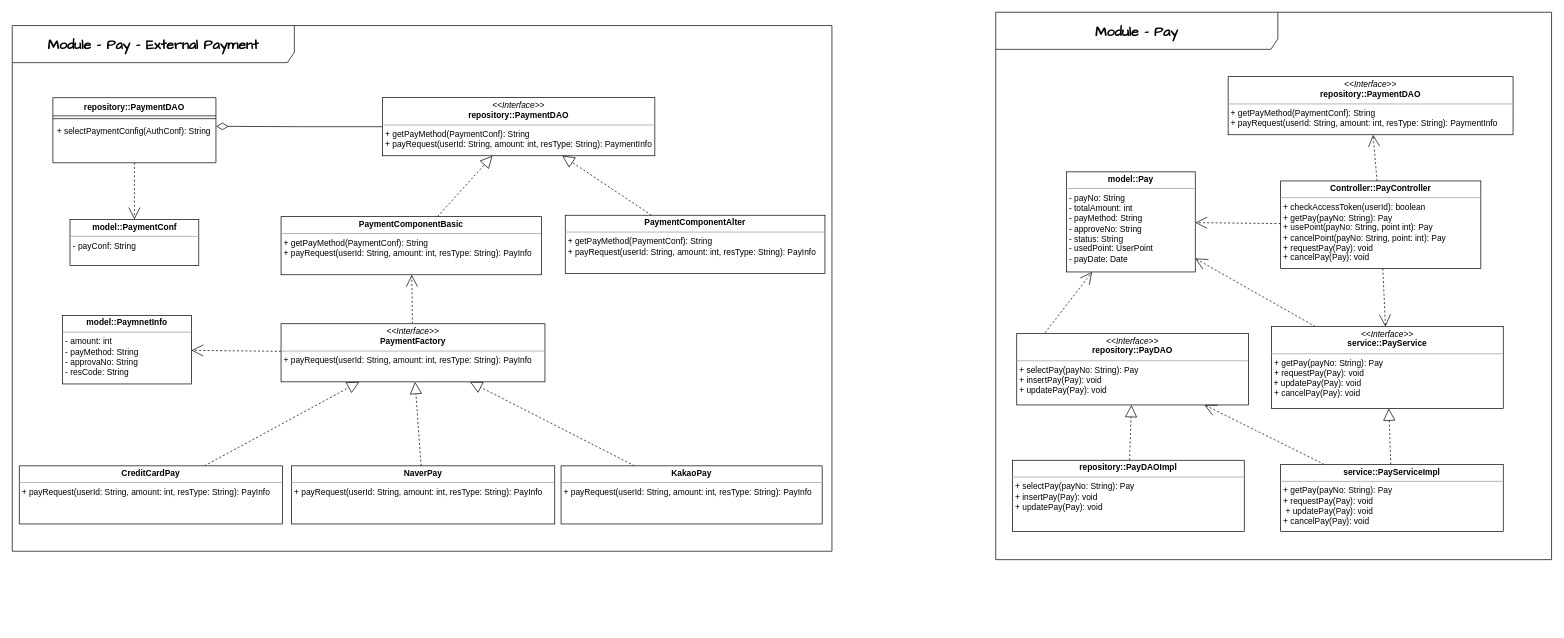
Before: Module/Pay.drawio in coldmu/aa_exam, a draw.io diagram. Source tidied: cells renumbered, new cells numbered last; positions are measured from the earlier drawing's top-left corner, leaving out a move shared by most shapes. Both pictures are drawn from the tidied source at 70%, with x=0, y=0 at pixel (12, 12).
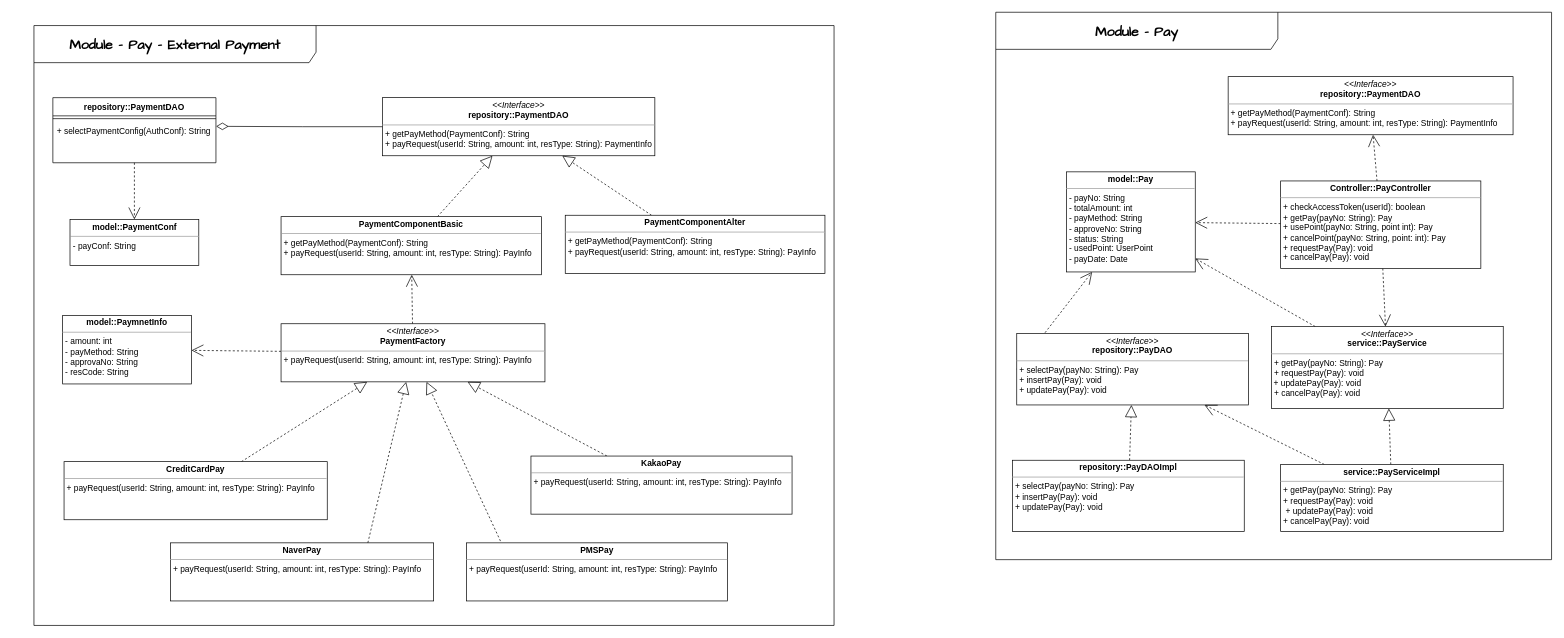
Above is the later version.

Unchanged cells that the change refers to:
```xml
<mxCell id="16" value="&lt;p style=&quot;margin:0px;margin-top:4px;text-align:center;&quot;&gt;&lt;i&gt;&amp;lt;&amp;lt;Interface&amp;gt;&amp;gt;&lt;/i&gt;&lt;br&gt;&lt;b style=&quot;background-color: initial;&quot;&gt;PaymentFactory&lt;/b&gt;&lt;/p&gt;&lt;p style=&quot;margin:0px;margin-top:4px;text-align:center;&quot;&gt;&lt;/p&gt;&lt;hr size=&quot;1&quot;&gt;&lt;p style=&quot;margin:0px;margin-left:4px;&quot;&gt;+ payRequest(userId: String, amount: int, resType: String): PayInfo&lt;br&gt;&lt;/p&gt;" style="verticalAlign=top;align=left;overflow=fill;fontSize=12;fontFamily=Helvetica;html=1;whiteSpace=wrap;" parent="1" vertex="1">
  <mxGeometry x="384" y="445" width="377" height="83" as="geometry" />
</mxCell>
```

Change to the diagram source:
```diff
@@
     <mxCell id="6" value="&lt;b&gt;Module - Pay - External Payment&lt;/b&gt;" style="shape=umlFrame;whiteSpace=wrap;html=1;hachureGap=4;fontFamily=Architects Daughter;fontSize=20;width=403;height=53;labelBackgroundColor=none;rounded=0;" parent="1" vertex="1">
-      <mxGeometry y="19" width="1171" height="751" as="geometry" />
+      <mxGeometry x="31" y="19" width="1143" height="857" as="geometry" />
     </mxCell>
@@
-    <mxCell id="18" style="edgeStyle=none;shape=connector;rounded=0;hachureGap=4;jettySize=auto;html=1;dashed=1;labelBackgroundColor=none;strokeColor=default;fontFamily=Architects Daughter;fontSize=16;fontColor=default;endArrow=block;endFill=0;endSize=15;" parent="1" edge="1" source="19" target="16">
+    <mxCell id="18" style="edgeStyle=none;shape=connector;rounded=0;hachureGap=4;jettySize=auto;html=1;dashed=1;labelBackgroundColor=none;strokeColor=default;fontFamily=Architects Daughter;fontSize=16;fontColor=default;endArrow=block;endFill=0;endSize=15;exitX=0.75;exitY=0;exitDx=0;exitDy=0;" parent="1" edge="1" source="19" target="16">
       <mxGeometry relative="1" as="geometry" />
     </mxCell>
     <mxCell id="19" value="&lt;p style=&quot;margin:0px;margin-top:4px;text-align:center;&quot;&gt;&lt;b style=&quot;background-color: initial;&quot;&gt;NaverPay&lt;/b&gt;&lt;/p&gt;&lt;p style=&quot;margin:0px;margin-top:4px;text-align:center;&quot;&gt;&lt;/p&gt;&lt;hr size=&quot;1&quot;&gt;&lt;p style=&quot;margin:0px;margin-left:4px;&quot;&gt;+ payRequest(userId: String, amount: int, resType: String): PayInfo&lt;br&gt;&lt;/p&gt;" style="verticalAlign=top;align=left;overflow=fill;fontSize=12;fontFamily=Helvetica;html=1;whiteSpace=wrap;" parent="1" vertex="1">
-      <mxGeometry x="399" y="648" width="376" height="83" as="geometry" />
+      <mxGeometry x="226" y="758" width="376" height="83" as="geometry" />
     </mxCell>
@@
     <mxCell id="21" value="&lt;p style=&quot;margin:0px;margin-top:4px;text-align:center;&quot;&gt;&lt;b style=&quot;background-color: initial;&quot;&gt;KakaoPay&lt;/b&gt;&lt;/p&gt;&lt;p style=&quot;margin:0px;margin-top:4px;text-align:center;&quot;&gt;&lt;/p&gt;&lt;hr size=&quot;1&quot;&gt;&lt;p style=&quot;margin:0px;margin-left:4px;&quot;&gt;+ payRequest(userId: String, amount: int, resType: String): PayInfo&lt;br&gt;&lt;/p&gt;" style="verticalAlign=top;align=left;overflow=fill;fontSize=12;fontFamily=Helvetica;html=1;whiteSpace=wrap;" parent="1" vertex="1">
-      <mxGeometry x="784" y="648" width="373" height="83" as="geometry" />
+      <mxGeometry x="741" y="634" width="373" height="83" as="geometry" />
     </mxCell>
@@
     <mxCell id="39" value="&lt;p style=&quot;margin:0px;margin-top:4px;text-align:center;&quot;&gt;&lt;b style=&quot;background-color: initial;&quot;&gt;CreditCardPay&lt;/b&gt;&lt;/p&gt;&lt;p style=&quot;margin:0px;margin-top:4px;text-align:center;&quot;&gt;&lt;/p&gt;&lt;hr size=&quot;1&quot;&gt;&lt;p style=&quot;margin:0px;margin-left:4px;&quot;&gt;+ payRequest(userId: String, amount: int, resType: String): PayInfo&lt;br&gt;&lt;/p&gt;" style="verticalAlign=top;align=left;overflow=fill;fontSize=12;fontFamily=Helvetica;html=1;whiteSpace=wrap;" parent="1" vertex="1">
-      <mxGeometry x="10" y="648" width="376" height="83" as="geometry" />
+      <mxGeometry x="74" y="642" width="376" height="83" as="geometry" />
     </mxCell>
+    <mxCell id="40" value="&lt;p style=&quot;margin:0px;margin-top:4px;text-align:center;&quot;&gt;&lt;b style=&quot;background-color: initial;&quot;&gt;PMSPay&lt;/b&gt;&lt;/p&gt;&lt;p style=&quot;margin:0px;margin-top:4px;text-align:center;&quot;&gt;&lt;/p&gt;&lt;hr size=&quot;1&quot;&gt;&lt;p style=&quot;margin:0px;margin-left:4px;&quot;&gt;+ payRequest(userId: String, amount: int, resType: String): PayInfo&lt;br&gt;&lt;/p&gt;" style="verticalAlign=top;align=left;overflow=fill;fontSize=12;fontFamily=Helvetica;html=1;whiteSpace=wrap;" parent="1" vertex="1">
+      <mxGeometry x="649" y="758" width="373" height="83" as="geometry" />
+    </mxCell>
+    <mxCell id="41" style="edgeStyle=none;shape=connector;rounded=0;hachureGap=4;jettySize=auto;html=1;dashed=1;labelBackgroundColor=none;strokeColor=default;fontFamily=Architects Daughter;fontSize=16;fontColor=default;endArrow=block;endFill=0;endSize=15;exitX=0.13;exitY=-0.03;exitDx=0;exitDy=0;exitPerimeter=0;" parent="1" edge="1" source="40" target="16">
+      <mxGeometry relative="1" as="geometry" />
+    </mxCell>
```
